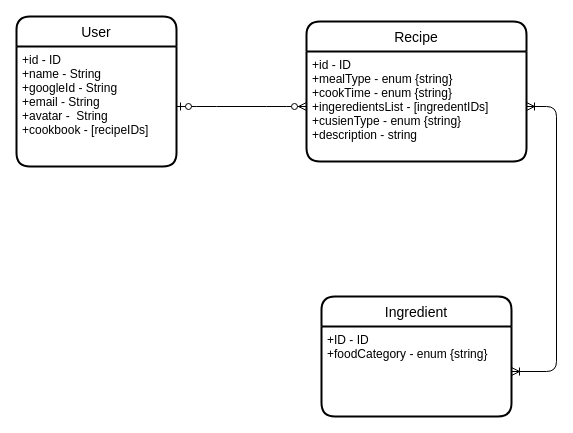
Before: page "ERD" (1 of 7) of assets/RR-wireframe.drawio in kfacison/Recipe_Repo_Project_2, a draw.io diagram. Source tidied: cells renumbered, new cells numbered last; positions are measured from the earlier drawing's top-left corner, leaving out a move shared by most shapes. Both pictures are drawn from the tidied source at 100%, with x=0, y=0 at pixel (16, 16).
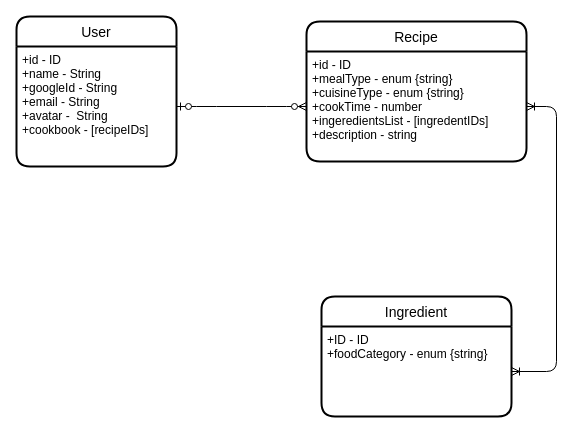
Above is the later version.

The edit, as a diff of the source:
```diff
@@
 <mxGraphModel>
   <root>
     <mxCell id="0" />
     <mxCell id="1" parent="0" />
     <mxCell id="2" value="Recipe" style="swimlane;horizontal=1;startSize=30;rounded=1;fontSize=14;fontStyle=0;strokeWidth=2;shadow=0;dashed=0;align=center;" parent="1" vertex="1">
       <mxGeometry x="290" y="5" width="220" height="140" as="geometry" />
     </mxCell>
-    <mxCell id="3" value="+id - ID&#10;+mealType - enum {string}&#10;+cookTime - enum {string}&#10;+ingeredientsList - [ingredentIDs]&#10;+cusienType - enum {string}&#10;+description - string" style="align=left;strokeColor=none;fillColor=none;spacingLeft=4;fontSize=12;verticalAlign=top;" parent="2" vertex="1">
+    <mxCell id="3" value="+id - ID&#10;+mealType - enum {string}&#10;+cuisineType - enum {string}&#10;+cookTime - number&#10;+ingeredientsList - [ingredentIDs]&#10;+description - string" style="align=left;strokeColor=none;fillColor=none;spacingLeft=4;fontSize=12;verticalAlign=top;" parent="2" vertex="1">
       <mxGeometry y="30" width="220" height="110" as="geometry" />
     </mxCell>
     <mxCell id="4" value="User" style="swimlane;horizontal=1;startSize=30;rounded=1;fontSize=14;fontStyle=0;strokeWidth=2;shadow=0;dashed=0;align=center;" parent="1" vertex="1">
       <mxGeometry width="160" height="150" as="geometry" />
     </mxCell>
     <mxCell id="5" value="+id - ID&#10;+name - String&#10;+googleId - String &#10;+email - String&#10;+avatar -  String&#10;+cookbook - [recipeIDs]" style="align=left;strokeColor=none;fillColor=none;spacingLeft=4;fontSize=12;verticalAlign=top;" parent="4" vertex="1">
       <mxGeometry y="30" width="160" height="120" as="geometry" />
     </mxCell>
     <mxCell id="6" value="Ingredient" style="swimlane;horizontal=1;startSize=30;rounded=1;fontSize=14;fontStyle=0;strokeWidth=2;shadow=0;dashed=0;align=center;" parent="1" vertex="1">
       <mxGeometry x="305" y="280" width="190" height="120" as="geometry" />
     </mxCell>
     <mxCell id="7" value="+ID - ID&#10;+foodCategory - enum {string}&#10;" style="align=left;strokeColor=none;fillColor=none;spacingLeft=4;fontSize=12;verticalAlign=top;" parent="6" vertex="1">
       <mxGeometry y="30" width="190" height="90" as="geometry" />
     </mxCell>
     <mxCell id="8" style="edgeStyle=entityRelationEdgeStyle;fontSize=12;html=1;endArrow=ERzeroToMany;startArrow=ERzeroToOne;exitX=1;exitY=0.5;exitDx=0;exitDy=0;entryX=0;entryY=0.5;entryDx=0;entryDy=0;" parent="1" edge="1" source="5" target="3">
       <mxGeometry relative="1" as="geometry" />
     </mxCell>
     <mxCell id="9" style="edgeStyle=entityRelationEdgeStyle;fontSize=12;html=1;endArrow=ERoneToMany;startArrow=ERoneToMany;" parent="1" edge="1" source="7" target="3">
       <mxGeometry relative="1" as="geometry" />
     </mxCell>
   </root>
 </mxGraphModel>
```
